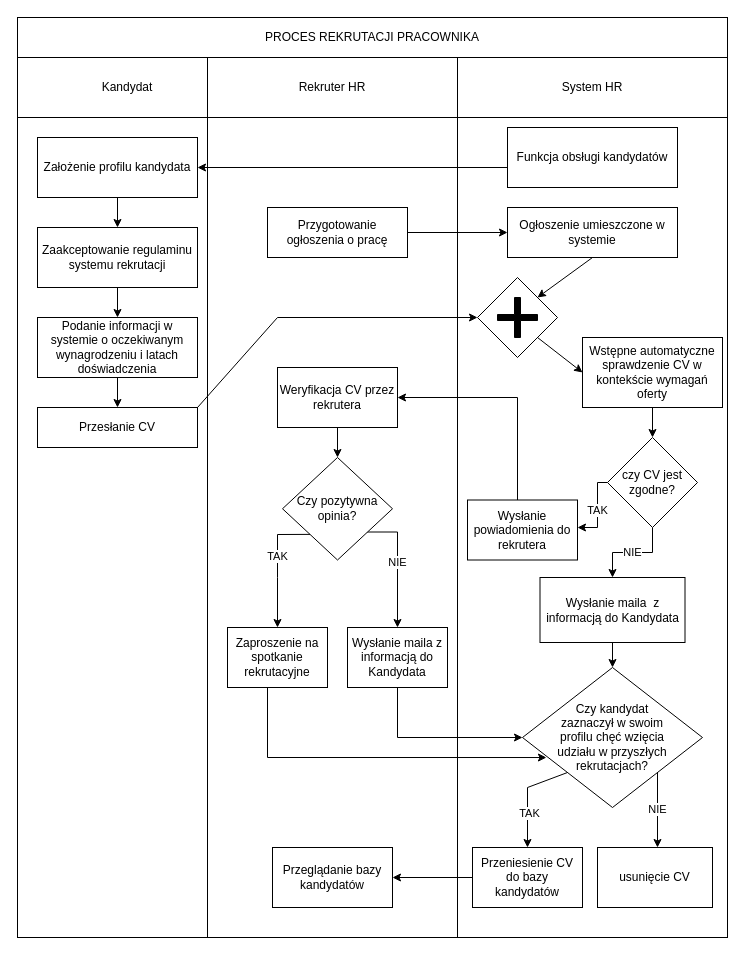
Earlier version of the draw.io diagram Diagram bez tytułu.drawio (bwx33/draw). Source tidied: cells renumbered, new cells numbered last; positions are measured from the earlier drawing's top-left corner, leaving out a move shared by most shapes. Both pictures are drawn from the tidied source at 100%, with x=0, y=0 at pixel (17, 17).
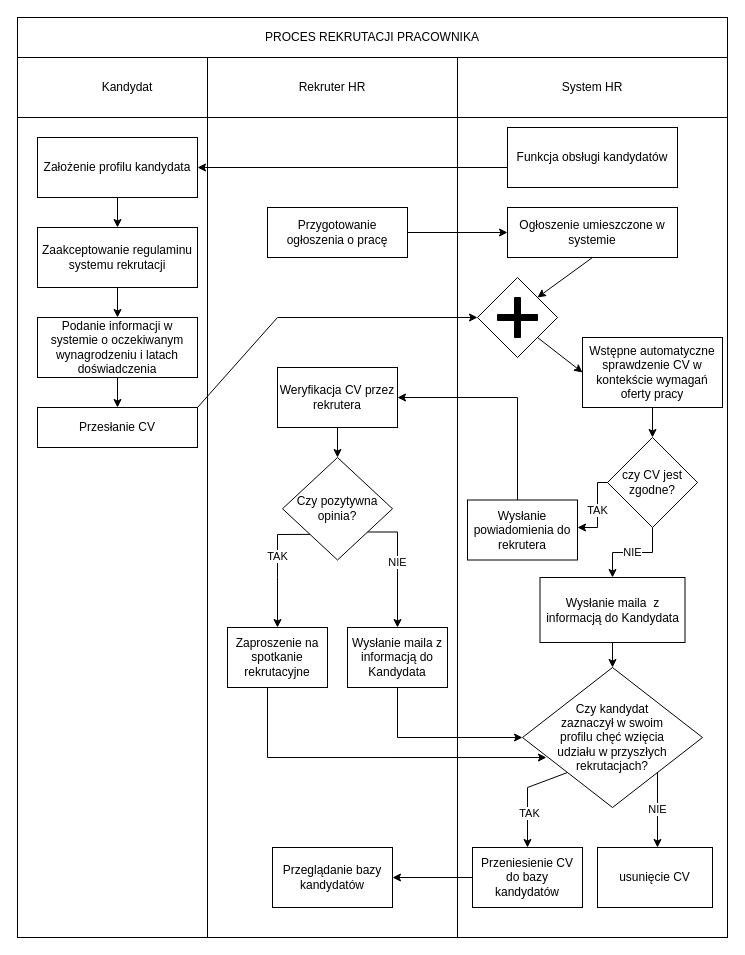
After the change.

Change to the diagram source:
```diff
@@
-    <mxCell id="12" value="Wstępne automatyczne sprawdzenie CV w kontekście wymagań oferty" style="rounded=0;whiteSpace=wrap;html=1;" parent="1" vertex="1">
+    <mxCell id="12" value="Wstępne automatyczne sprawdzenie CV w kontekście wymagań oferty pracy" style="rounded=0;whiteSpace=wrap;html=1;" parent="1" vertex="1">
       <mxGeometry x="565" y="320" width="140" height="70" as="geometry" />
     </mxCell>
```
